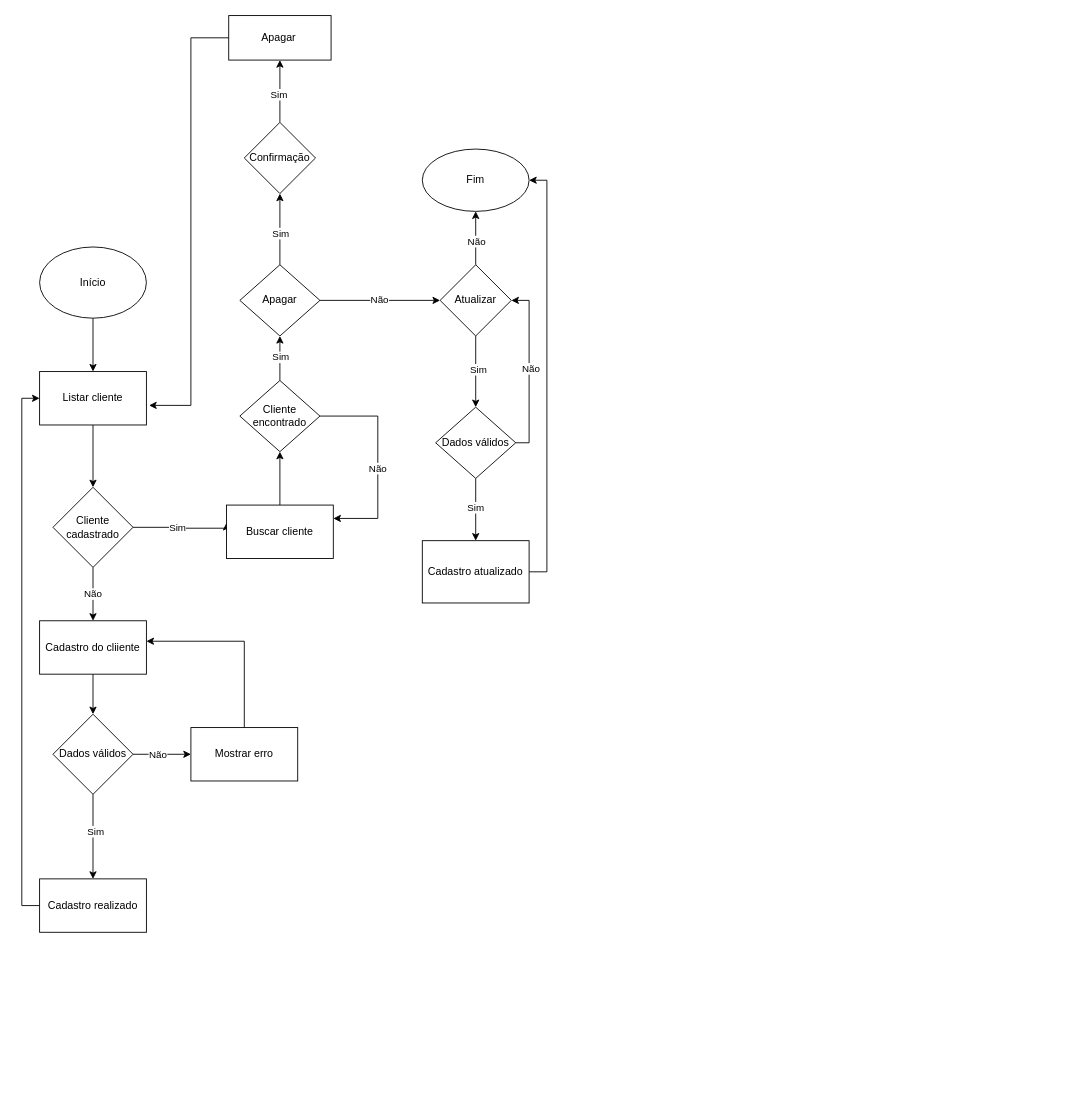
Above: page "Página-1" (1 of 9) of DOC/fluxograma.drawio in juliareis14/avatar.app (draw.io), before the change. Source tidied: cells renumbered, new cells numbered last; positions are measured from the earlier drawing's top-left corner, leaving out a move shared by most shapes. Both pictures are drawn from the tidied source at 89%, with x=0, y=0 at pixel (21, 15).
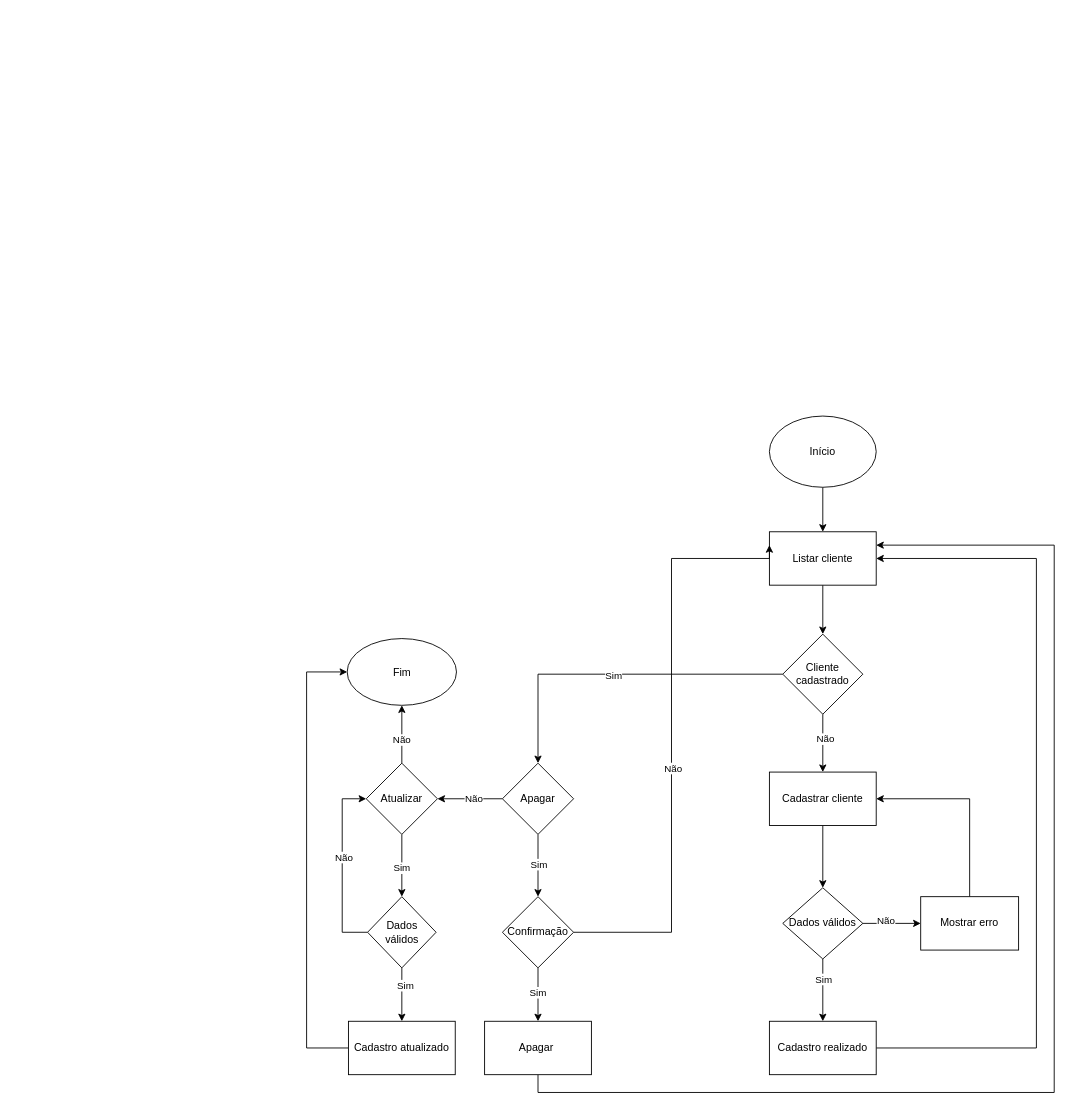
The same diagram, later.

Unchanged cells that the change refers to:
```xml
<mxCell id="33" style="edgeStyle=orthogonalEdgeStyle;rounded=0;jettySize=auto;html=1;" parent="1" edge="1" source="35" target="53">
  <mxGeometry relative="1" as="geometry" />
</mxCell>
```

Change to the diagram source:
```diff
@@
     <mxCell id="3" value="Início" style="ellipse;whiteSpace=wrap;html=1;" parent="1" vertex="1">
-      <mxGeometry x="20" y="260" width="120" height="80" as="geometry" />
+      <mxGeometry x="840" y="450" width="120" height="80" as="geometry" />
     </mxCell>
@@
     <mxCell id="5" value="Listar cliente" style="whiteSpace=wrap;html=1;" parent="1" vertex="1">
-      <mxGeometry x="20" y="400" width="120" height="60" as="geometry" />
+      <mxGeometry x="840" y="580" width="120" height="60" as="geometry" />
     </mxCell>
-    <mxCell id="6" style="edgeStyle=orthogonalEdgeStyle;rounded=0;jettySize=auto;html=1;entryX=0;entryY=0.333;entryDx=0;entryDy=0;entryPerimeter=0;" parent="1" edge="1" source="10" target="13">
-      <mxGeometry relative="1" as="geometry">
-        <Array as="points">
-          <mxPoint x="173" y="575" />
-          <mxPoint x="173" y="576" />
-          <mxPoint x="230" y="576" />
-        </Array>
-      </mxGeometry>
-    </mxCell>
-    <mxCell id="7" value="Sim" style="edgeLabel;html=1;align=center;verticalAlign=middle;" parent="6" vertex="1">
-      <mxGeometry x="-0.11" y="1" relative="1" as="geometry" />
-    </mxCell>
-    <mxCell id="8" style="edgeStyle=orthogonalEdgeStyle;rounded=0;jettySize=auto;html=1;" parent="1" edge="1" source="10" target="15">
-      <mxGeometry relative="1" as="geometry" />
-    </mxCell>
-    <mxCell id="9" value="Não" style="edgeLabel;html=1;align=center;verticalAlign=middle;" parent="8" vertex="1">
-      <mxGeometry x="-0.03" y="-1" relative="1" as="geometry" />
-    </mxCell>
+    <mxCell id="54" style="edgeStyle=orthogonalEdgeStyle;rounded=0;jettySize=auto;html=1;" parent="1" edge="1" source="10" target="59">
+      <mxGeometry relative="1" as="geometry" />
+    </mxCell>
+    <mxCell id="55" value="Não" style="edgeLabel;html=1;align=center;verticalAlign=middle;" parent="54" vertex="1">
+      <mxGeometry x="-0.18" y="2" relative="1" as="geometry" />
+    </mxCell>
+    <mxCell id="56" style="edgeStyle=orthogonalEdgeStyle;rounded=0;jettySize=auto;html=1;entryX=0.5;entryY=0;entryDx=0;entryDy=0;" parent="1" edge="1" source="10" target="70">
+      <mxGeometry relative="1" as="geometry" />
+    </mxCell>
+    <mxCell id="57" value="Sim" style="edgeLabel;html=1;align=center;verticalAlign=middle;" parent="56" vertex="1">
+      <mxGeometry x="0.02" y="1" relative="1" as="geometry" />
+    </mxCell>
     <mxCell id="10" value="Cliente cadastrado" style="rhombus;whiteSpace=wrap;html=1;" parent="1" vertex="1">
-      <mxGeometry x="35" y="530" width="90" height="90" as="geometry" />
+      <mxGeometry x="855" y="695" width="90" height="90" as="geometry" />
     </mxCell>
-    <mxCell id="11" style="edgeStyle=orthogonalEdgeStyle;rounded=0;orthogonalLoop=1;jettySize=auto;html=1;exitX=0.5;exitY=1;exitDx=0;exitDy=0;" parent="1" edge="1" source="10" target="10">
-      <mxGeometry relative="1" as="geometry" />
-    </mxCell>
-    <mxCell id="12" style="edgeStyle=orthogonalEdgeStyle;rounded=0;jettySize=auto;html=1;" parent="1" edge="1" source="13" target="20">
-      <mxGeometry relative="1" as="geometry" />
-    </mxCell>
-    <mxCell id="13" value="Buscar cliente" style="rounded=0;whiteSpace=wrap;html=1;" parent="1" vertex="1">
-      <mxGeometry x="230" y="550" width="120" height="60" as="geometry" />
-    </mxCell>
-    <mxCell id="14" style="edgeStyle=orthogonalEdgeStyle;rounded=0;jettySize=auto;html=1;" parent="1" edge="1" source="15" target="30">
-      <mxGeometry relative="1" as="geometry" />
-    </mxCell>
-    <mxCell id="15" value="Cadastro do cliiente" style="whiteSpace=wrap;html=1;" parent="1" vertex="1">
-      <mxGeometry x="20" y="680" width="120" height="60" as="geometry" />
-    </mxCell>
-    <mxCell id="16" style="edgeStyle=orthogonalEdgeStyle;rounded=0;jettySize=auto;html=1;exitX=1;exitY=0.5;exitDx=0;exitDy=0;entryX=1;entryY=0.25;entryDx=0;entryDy=0;" parent="1" edge="1" source="20" target="13">
-      <mxGeometry relative="1" as="geometry">
-        <Array as="points">
-          <mxPoint x="400" y="450" />
-          <mxPoint x="400" y="565" />
-        </Array>
-      </mxGeometry>
-    </mxCell>
-    <mxCell id="17" value="Não" style="edgeLabel;html=1;align=center;verticalAlign=middle;" parent="16" vertex="1">
-      <mxGeometry x="0.07" y="-1" relative="1" as="geometry" />
-    </mxCell>
-    <mxCell id="18" style="edgeStyle=orthogonalEdgeStyle;rounded=0;jettySize=auto;html=1;" parent="1" edge="1" source="20" target="25">
-      <mxGeometry relative="1" as="geometry" />
-    </mxCell>
-    <mxCell id="19" value="Sim" style="edgeLabel;html=1;align=center;verticalAlign=middle;" parent="18" vertex="1">
-      <mxGeometry x="0.08" relative="1" as="geometry" />
-    </mxCell>
-    <mxCell id="20" value="Cliente encontrado" style="rhombus;whiteSpace=wrap;html=1;rounded=0;" parent="1" vertex="1">
-      <mxGeometry x="245" y="410" width="90" height="80" as="geometry" />
-    </mxCell>
-    <mxCell id="21" style="edgeStyle=orthogonalEdgeStyle;rounded=0;jettySize=auto;html=1;" parent="1" edge="1" source="25" target="35">
-      <mxGeometry relative="1" as="geometry" />
-    </mxCell>
-    <mxCell id="22" value="Não" style="edgeLabel;html=1;align=center;verticalAlign=middle;" parent="21" vertex="1">
-      <mxGeometry x="-0.02" y="1" relative="1" as="geometry" />
-    </mxCell>
-    <mxCell id="23" style="edgeStyle=orthogonalEdgeStyle;rounded=0;jettySize=auto;html=1;" parent="1" edge="1" source="25" target="38">
-      <mxGeometry relative="1" as="geometry" />
-    </mxCell>
-    <mxCell id="24" value="Sim" style="edgeLabel;html=1;align=center;verticalAlign=middle;" parent="23" vertex="1">
-      <mxGeometry x="-0.1" relative="1" as="geometry" />
-    </mxCell>
-    <mxCell id="25" value="Apagar" style="rhombus;whiteSpace=wrap;html=1;rounded=0;" parent="1" vertex="1">
-      <mxGeometry x="245" y="280" width="90" height="80" as="geometry" />
-    </mxCell>
-    <mxCell id="26" style="edgeStyle=orthogonalEdgeStyle;rounded=0;jettySize=auto;html=1;" parent="1" edge="1" source="30">
-      <mxGeometry relative="1" as="geometry">
-        <mxPoint x="190" y="830" as="targetPoint" />
-      </mxGeometry>
-    </mxCell>
-    <mxCell id="27" value="Não" style="edgeLabel;html=1;align=center;verticalAlign=middle;" parent="26" vertex="1">
-      <mxGeometry x="-0.18" relative="1" as="geometry" />
-    </mxCell>
-    <mxCell id="28" style="edgeStyle=orthogonalEdgeStyle;rounded=0;jettySize=auto;html=1;" parent="1" edge="1" source="30" target="50">
-      <mxGeometry relative="1" as="geometry" />
-    </mxCell>
-    <mxCell id="29" value="Sim" style="edgeLabel;html=1;align=center;verticalAlign=middle;" parent="28" vertex="1">
-      <mxGeometry x="-0.14" y="2" relative="1" as="geometry" />
-    </mxCell>
-    <mxCell id="30" value="Dados válidos" style="rhombus;whiteSpace=wrap;html=1;" parent="1" vertex="1">
-      <mxGeometry x="35" y="785" width="90" height="90" as="geometry" />
-    </mxCell>
-    <mxCell id="31" style="edgeStyle=orthogonalEdgeStyle;rounded=0;jettySize=auto;html=1;" parent="1" edge="1" source="35" target="44">
-      <mxGeometry relative="1" as="geometry" />
-    </mxCell>
-    <mxCell id="32" value="Sim" style="edgeLabel;html=1;align=center;verticalAlign=middle;" parent="31" vertex="1">
-      <mxGeometry x="-0.07" y="2" relative="1" as="geometry" />
-    </mxCell>
+    <mxCell id="58" style="edgeStyle=orthogonalEdgeStyle;rounded=0;jettySize=auto;html=1;" parent="1" edge="1" source="59" target="64">
+      <mxGeometry relative="1" as="geometry" />
+    </mxCell>
+    <mxCell id="59" value="Cadastrar cliente" style="whiteSpace=wrap;html=1;" parent="1" vertex="1">
+      <mxGeometry x="840" y="850" width="120" height="60" as="geometry" />
+    </mxCell>
+    <mxCell id="60" style="edgeStyle=orthogonalEdgeStyle;rounded=0;jettySize=auto;html=1;" parent="1" edge="1" source="64" target="47">
+      <mxGeometry relative="1" as="geometry" />
+    </mxCell>
+    <mxCell id="61" value="Não" style="edgeLabel;html=1;align=center;verticalAlign=middle;" parent="60" vertex="1">
+      <mxGeometry x="-0.23" y="4" relative="1" as="geometry" />
+    </mxCell>
+    <mxCell id="62" style="edgeStyle=orthogonalEdgeStyle;rounded=0;jettySize=auto;html=1;" parent="1" edge="1" source="64" target="50">
+      <mxGeometry relative="1" as="geometry" />
+    </mxCell>
+    <mxCell id="63" value="Sim" style="edgeLabel;html=1;align=center;verticalAlign=middle;" parent="62" vertex="1">
+      <mxGeometry x="-0.36" relative="1" as="geometry" />
+    </mxCell>
+    <mxCell id="64" value="Dados válidos" style="rhombus;whiteSpace=wrap;html=1;" parent="1" vertex="1">
+      <mxGeometry x="855" y="980" width="90" height="80" as="geometry" />
+    </mxCell>
+    <mxCell id="65" style="edgeStyle=orthogonalEdgeStyle;rounded=0;jettySize=auto;html=1;entryX=1;entryY=0.5;entryDx=0;entryDy=0;" parent="1" edge="1" source="47" target="59">
+      <mxGeometry relative="1" as="geometry">
+        <Array as="points">
+          <mxPoint x="1065" y="880" />
+        </Array>
+      </mxGeometry>
+    </mxCell>
+    <mxCell id="47" value="Mostrar erro" style="whiteSpace=wrap;html=1;" parent="1" vertex="1">
+      <mxGeometry x="1010" y="990" width="110" height="60" as="geometry" />
+    </mxCell>
+    <mxCell id="49" style="edgeStyle=orthogonalEdgeStyle;rounded=0;jettySize=auto;html=1;exitX=1;exitY=0.5;exitDx=0;exitDy=0;entryX=1;entryY=0.5;entryDx=0;entryDy=0;" parent="1" edge="1" source="50" target="5">
+      <mxGeometry relative="1" as="geometry">
+        <Array as="points">
+          <mxPoint x="1140" y="1160" />
+          <mxPoint x="1140" y="610" />
+        </Array>
+      </mxGeometry>
+    </mxCell>
+    <mxCell id="50" value="Cadastro realizado" style="whiteSpace=wrap;html=1;" parent="1" vertex="1">
+      <mxGeometry x="840" y="1130" width="120" height="60" as="geometry" />
+    </mxCell>
+    <mxCell id="66" style="edgeStyle=orthogonalEdgeStyle;rounded=0;jettySize=auto;html=1;" parent="1" edge="1" source="70" target="38">
+      <mxGeometry relative="1" as="geometry" />
+    </mxCell>
+    <mxCell id="67" value="Sim" style="edgeLabel;html=1;align=center;verticalAlign=middle;" parent="66" vertex="1">
+      <mxGeometry x="-0.05" relative="1" as="geometry" />
+    </mxCell>
+    <mxCell id="68" style="edgeStyle=orthogonalEdgeStyle;rounded=0;jettySize=auto;html=1;" parent="1" edge="1" source="70" target="35">
+      <mxGeometry relative="1" as="geometry" />
+    </mxCell>
+    <mxCell id="69" value="Não" style="edgeLabel;html=1;align=center;verticalAlign=middle;" parent="68" vertex="1">
+      <mxGeometry x="-0.1" y="-1" relative="1" as="geometry" />
+    </mxCell>
+    <mxCell id="70" value="Apagar" style="rhombus;whiteSpace=wrap;html=1;" parent="1" vertex="1">
+      <mxGeometry x="540" y="840" width="80" height="80" as="geometry" />
+    </mxCell>
+    <mxCell id="71" style="edgeStyle=orthogonalEdgeStyle;rounded=0;jettySize=auto;html=1;" parent="1" edge="1" source="38" target="76">
+      <mxGeometry relative="1" as="geometry" />
+    </mxCell>
+    <mxCell id="72" value="Sim" style="edgeLabel;html=1;align=center;verticalAlign=middle;" parent="71" vertex="1">
+      <mxGeometry x="-0.11" y="-1" relative="1" as="geometry" />
+    </mxCell>
+    <mxCell id="73" style="edgeStyle=orthogonalEdgeStyle;rounded=0;jettySize=auto;html=1;exitX=1;exitY=0.5;exitDx=0;exitDy=0;entryX=0;entryY=0.25;entryDx=0;entryDy=0;" parent="1" edge="1" source="38" target="5">
+      <mxGeometry relative="1" as="geometry">
+        <Array as="points">
+          <mxPoint x="730" y="1030" />
+          <mxPoint x="730" y="610" />
+          <mxPoint x="840" y="610" />
+        </Array>
+      </mxGeometry>
+    </mxCell>
+    <mxCell id="74" value="Não" style="edgeLabel;html=1;align=center;verticalAlign=middle;" parent="73" vertex="1">
+      <mxGeometry x="-0.1" y="-1" relative="1" as="geometry" />
+    </mxCell>
+    <mxCell id="38" value="Confirmação" style="rhombus;whiteSpace=wrap;html=1;" parent="1" vertex="1">
+      <mxGeometry x="540" y="990" width="80" height="80" as="geometry" />
+    </mxCell>
+    <mxCell id="75" style="edgeStyle=orthogonalEdgeStyle;rounded=0;jettySize=auto;html=1;entryX=1;entryY=0.25;entryDx=0;entryDy=0;" parent="1" edge="1" source="76" target="5">
+      <mxGeometry relative="1" as="geometry">
+        <Array as="points">
+          <mxPoint x="580" y="1210" />
+          <mxPoint x="1160" y="1210" />
+          <mxPoint x="1160" y="595" />
+        </Array>
+      </mxGeometry>
+    </mxCell>
+    <mxCell id="76" value="Apagar&amp;nbsp;" style="whiteSpace=wrap;html=1;" parent="1" vertex="1">
+      <mxGeometry x="520" y="1130" width="120" height="60" as="geometry" />
+    </mxCell>
+    <mxCell id="77" style="edgeStyle=orthogonalEdgeStyle;rounded=0;orthogonalLoop=1;jettySize=auto;html=1;exitX=0.5;exitY=1;exitDx=0;exitDy=0;" parent="1" edge="1" source="76" target="76">
+      <mxGeometry relative="1" as="geometry" />
+    </mxCell>
@@
-    <mxCell id="34" value="Não" style="edgeLabel;html=1;align=center;verticalAlign=middle;" parent="33" vertex="1">
-      <mxGeometry x="-0.1" relative="1" as="geometry" />
-    </mxCell>
+    <mxCell id="78" value="Não" style="edgeLabel;html=1;align=center;verticalAlign=middle;" parent="33" vertex="1">
+      <mxGeometry x="-0.17" y="1" relative="1" as="geometry" />
+    </mxCell>
+    <mxCell id="79" style="edgeStyle=orthogonalEdgeStyle;rounded=0;jettySize=auto;html=1;" parent="1" edge="1" source="35" target="85">
+      <mxGeometry relative="1" as="geometry" />
+    </mxCell>
+    <mxCell id="80" value="Sim" style="edgeLabel;html=1;align=center;verticalAlign=middle;" parent="79" vertex="1">
+      <mxGeometry x="0.05" y="-1" relative="1" as="geometry" />
+    </mxCell>
-    <mxCell id="35" value="Atualizar" style="rhombus;whiteSpace=wrap;html=1;rounded=0;" parent="1" vertex="1">
-      <mxGeometry x="470" y="280" width="80" height="80" as="geometry" />
+    <mxCell id="35" value="Atualizar" style="rhombus;whiteSpace=wrap;html=1;" parent="1" vertex="1">
+      <mxGeometry x="387" y="840" width="80" height="80" as="geometry" />
     </mxCell>
-    <mxCell id="36" style="edgeStyle=orthogonalEdgeStyle;rounded=0;jettySize=auto;html=1;" parent="1" edge="1" source="38" target="39">
-      <mxGeometry relative="1" as="geometry" />
-    </mxCell>
-    <mxCell id="37" value="Sim" style="edgeLabel;html=1;align=center;verticalAlign=middle;" parent="36" vertex="1">
-      <mxGeometry x="-0.1" y="2" relative="1" as="geometry" />
-    </mxCell>
-    <mxCell id="38" value="Confirmação" style="rhombus;whiteSpace=wrap;html=1;rounded=0;" parent="1" vertex="1">
-      <mxGeometry x="250" y="120" width="80" height="80" as="geometry" />
-    </mxCell>
-    <mxCell id="39" value="Apagar&amp;nbsp;" style="whiteSpace=wrap;html=1;rounded=0;" parent="1" vertex="1">
-      <mxGeometry x="232.5" width="115" height="50" as="geometry" />
-    </mxCell>
-    <mxCell id="40" style="edgeStyle=orthogonalEdgeStyle;rounded=0;jettySize=auto;html=1;entryX=1;entryY=0.5;entryDx=0;entryDy=0;" parent="1" edge="1" source="44" target="35">
-      <mxGeometry relative="1" as="geometry">
-        <Array as="points">
-          <mxPoint x="570" y="480" />
-          <mxPoint x="570" y="320" />
-        </Array>
-      </mxGeometry>
-    </mxCell>
-    <mxCell id="41" value="Não" style="edgeLabel;html=1;align=center;verticalAlign=middle;" parent="40" vertex="1">
-      <mxGeometry x="0.02" y="-1" relative="1" as="geometry" />
-    </mxCell>
-    <mxCell id="42" style="edgeStyle=orthogonalEdgeStyle;rounded=0;jettySize=auto;html=1;" parent="1" edge="1" source="44" target="46">
-      <mxGeometry relative="1" as="geometry" />
-    </mxCell>
-    <mxCell id="43" value="Sim" style="edgeLabel;html=1;align=center;verticalAlign=middle;" parent="42" vertex="1">
-      <mxGeometry x="-0.09" y="-1" relative="1" as="geometry" />
-    </mxCell>
-    <mxCell id="44" value="Dados válidos" style="rhombus;whiteSpace=wrap;html=1;rounded=0;" parent="1" vertex="1">
-      <mxGeometry x="465" y="440" width="90" height="80" as="geometry" />
-    </mxCell>
+    <mxCell id="53" value="Fim" style="ellipse;whiteSpace=wrap;html=1;" parent="1" vertex="1">
+      <mxGeometry x="365.6" y="700" width="122.8" height="75" as="geometry" />
+    </mxCell>
+    <mxCell id="81" style="edgeStyle=orthogonalEdgeStyle;rounded=0;jettySize=auto;html=1;entryX=0;entryY=0.5;entryDx=0;entryDy=0;" parent="1" edge="1" source="85" target="35">
+      <mxGeometry relative="1" as="geometry">
+        <Array as="points">
+          <mxPoint x="360" y="1030" />
+          <mxPoint x="360" y="880" />
+        </Array>
+      </mxGeometry>
+    </mxCell>
+    <mxCell id="82" value="Não" style="edgeLabel;html=1;align=center;verticalAlign=middle;" parent="81" vertex="1">
+      <mxGeometry x="0.1" y="-1" relative="1" as="geometry" />
+    </mxCell>
+    <mxCell id="83" style="edgeStyle=orthogonalEdgeStyle;rounded=0;jettySize=auto;html=1;" parent="1" edge="1" source="85" target="46">
+      <mxGeometry relative="1" as="geometry" />
+    </mxCell>
+    <mxCell id="84" value="Sim" style="edgeLabel;html=1;align=center;verticalAlign=middle;" parent="83" vertex="1">
+      <mxGeometry x="-0.38" y="3" relative="1" as="geometry" />
+    </mxCell>
+    <mxCell id="85" value="Dados válidos" style="rhombus;whiteSpace=wrap;html=1;" parent="1" vertex="1">
+      <mxGeometry x="388.5" y="990" width="77" height="80" as="geometry" />
+    </mxCell>
-    <mxCell id="45" style="edgeStyle=orthogonalEdgeStyle;rounded=0;jettySize=auto;html=1;entryX=1;entryY=0.5;entryDx=0;entryDy=0;" parent="1" edge="1" source="46" target="53">
+    <mxCell id="45" style="edgeStyle=orthogonalEdgeStyle;rounded=0;jettySize=auto;html=1;entryX=0;entryY=0.5;entryDx=0;entryDy=0;" parent="1" edge="1" source="46" target="53">
       <mxGeometry relative="1" as="geometry">
         <Array as="points">
-          <mxPoint x="590" y="625" />
-          <mxPoint x="590" y="185" />
+          <mxPoint x="320" y="1160" />
+          <mxPoint x="320" y="738" />
         </Array>
       </mxGeometry>
     </mxCell>
-    <mxCell id="46" value="Cadastro atualizado" style="whiteSpace=wrap;html=1;rounded=0;" parent="1" vertex="1">
-      <mxGeometry x="450" y="590" width="120" height="70" as="geometry" />
+    <mxCell id="46" value="Cadastro atualizado" style="whiteSpace=wrap;html=1;" parent="1" vertex="1">
+      <mxGeometry x="367" y="1130" width="120" height="60" as="geometry" />
     </mxCell>
-    <mxCell id="47" value="Mostrar erro" style="rounded=0;whiteSpace=wrap;html=1;" parent="1" vertex="1">
-      <mxGeometry x="190" y="800" width="120" height="60" as="geometry" />
-    </mxCell>
-    <mxCell id="48" style="edgeStyle=orthogonalEdgeStyle;rounded=0;jettySize=auto;html=1;exitX=0.5;exitY=0;exitDx=0;exitDy=0;entryX=1;entryY=0.383;entryDx=0;entryDy=0;entryPerimeter=0;" parent="1" edge="1" source="47" target="15">
-      <mxGeometry relative="1" as="geometry" />
-    </mxCell>
-    <mxCell id="49" style="edgeStyle=orthogonalEdgeStyle;rounded=0;jettySize=auto;html=1;entryX=0;entryY=0.5;entryDx=0;entryDy=0;" parent="1" edge="1" source="50" target="5">
-      <mxGeometry relative="1" as="geometry">
-        <Array as="points">
-          <mxPoint y="1000" />
-          <mxPoint y="430" />
-        </Array>
-      </mxGeometry>
-    </mxCell>
-    <mxCell id="50" value="Cadastro realizado" style="whiteSpace=wrap;html=1;" parent="1" vertex="1">
-      <mxGeometry x="20" y="970" width="120" height="60" as="geometry" />
-    </mxCell>
-    <mxCell id="51" style="edgeStyle=orthogonalEdgeStyle;rounded=0;orthogonalLoop=1;jettySize=auto;html=1;exitX=0.5;exitY=1;exitDx=0;exitDy=0;" parent="1" edge="1" source="46" target="46">
-      <mxGeometry relative="1" as="geometry" />
-    </mxCell>
-    <mxCell id="52" style="edgeStyle=orthogonalEdgeStyle;rounded=0;jettySize=auto;html=1;entryX=1.025;entryY=0.633;entryDx=0;entryDy=0;entryPerimeter=0;" parent="1" edge="1" source="39" target="5">
-      <mxGeometry relative="1" as="geometry">
-        <Array as="points">
-          <mxPoint x="190" y="25" />
-          <mxPoint x="190" y="438" />
-        </Array>
-      </mxGeometry>
-    </mxCell>
-    <mxCell id="53" value="Fim" style="ellipse;whiteSpace=wrap;html=1;" parent="1" vertex="1">
-      <mxGeometry x="450" y="150" width="120" height="70" as="geometry" />
-    </mxCell>
```
